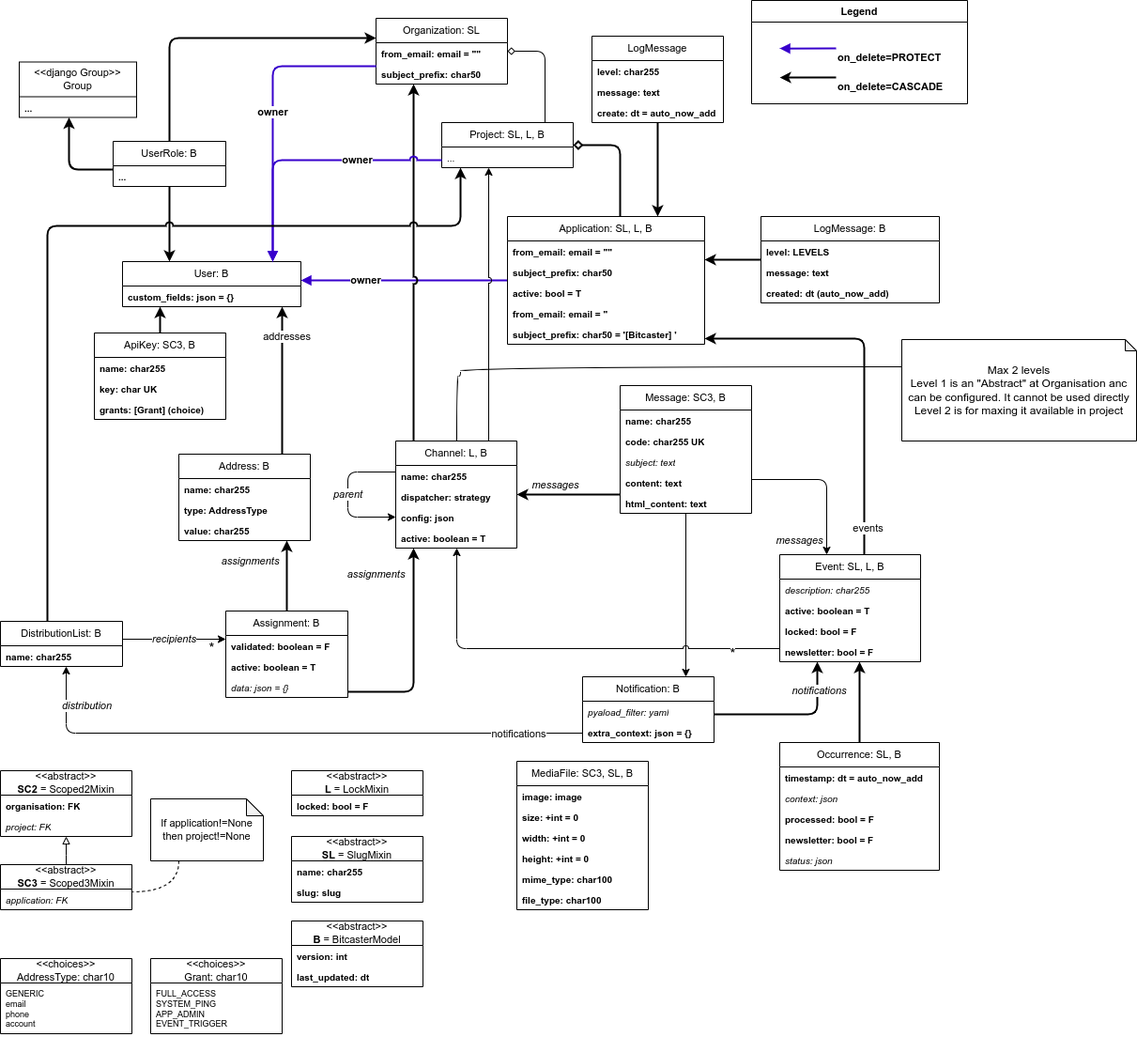
bitcaster-io/bitcaster keeps this draw.io diagram as docs/guidelines/development/BitcasterCD.drawio.png. Above is the earlier version. Source tidied: cells renumbered, new cells last; positions are measured from the earlier drawing's top-left corner, leaving out a move shared by most shapes.
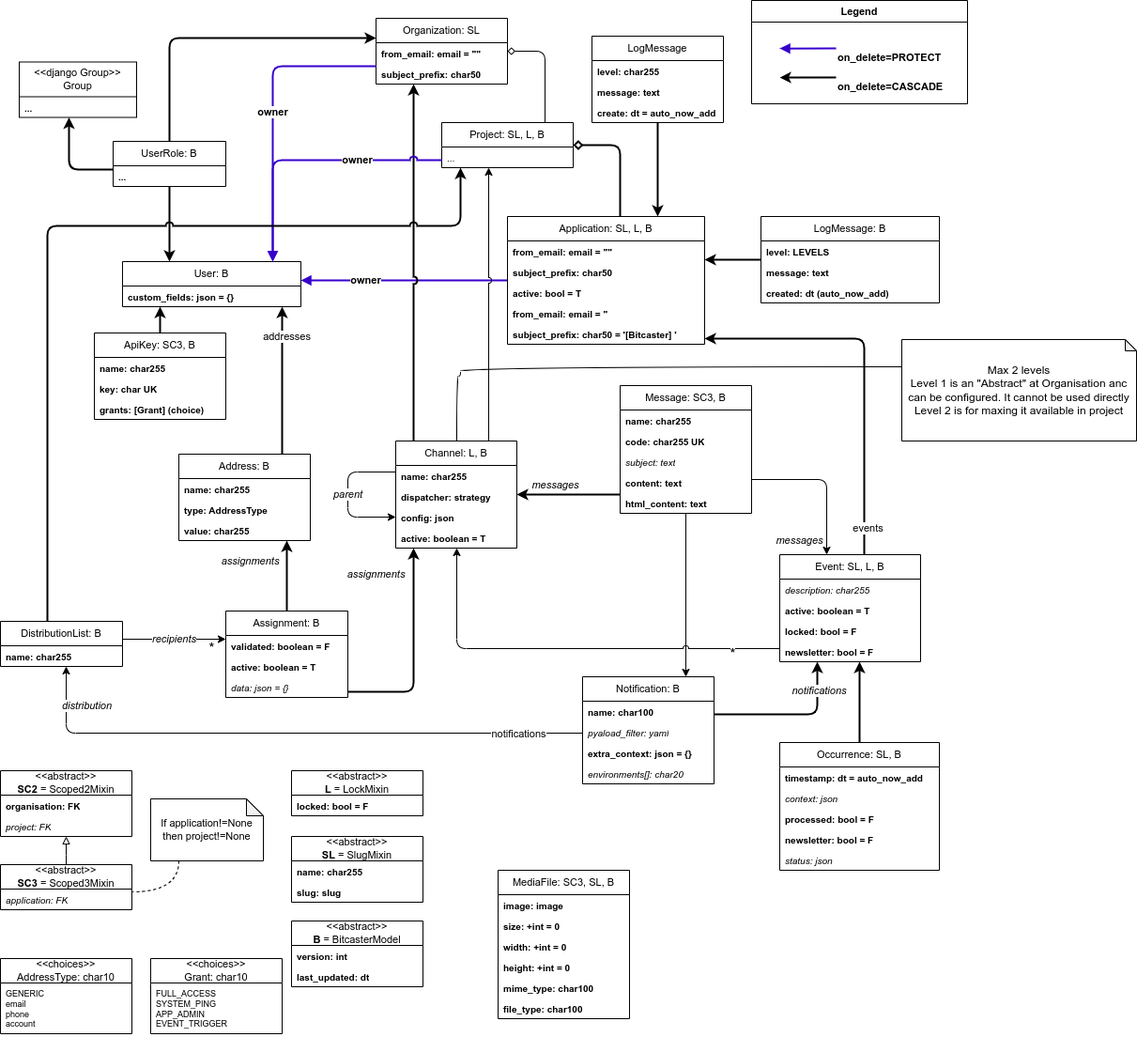
Above is the later version.

What changed in the source:
```diff
@@ -445,14 +445,20 @@
       <mxGeometry x="0.63" y="-1" relative="1" as="geometry" />
     </mxCell>
     <mxCell id="105" value="Notification: B" style="swimlane;fontStyle=0;horizontal=1;startSize=26;fillColor=none;whiteSpace=wrap;html=1;fontSize=11;" parent="1" vertex="1">
-      <mxGeometry x="620" y="720" width="140" height="70" as="geometry" />
+      <mxGeometry x="620" y="720" width="140" height="114" as="geometry" />
     </mxCell>
-    <mxCell id="106" value="pyaload_filter: yaml" style="text;strokeColor=none;fillColor=none;align=left;verticalAlign=top;spacingLeft=4;spacingRight=4;overflow=hidden;whiteSpace=wrap;html=1;fontSize=10;fontStyle=2;" parent="105" vertex="1">
+    <mxCell id="106" value="name: char100" style="text;strokeColor=none;fillColor=none;align=left;verticalAlign=top;spacingLeft=4;spacingRight=4;overflow=hidden;whiteSpace=wrap;html=1;fontSize=10;fontStyle=1;" parent="105" vertex="1">
       <mxGeometry y="26" width="140" height="22" as="geometry" />
     </mxCell>
+    <mxCell id="136" value="pyaload_filter: yaml" style="text;strokeColor=none;fillColor=none;align=left;verticalAlign=top;spacingLeft=4;spacingRight=4;overflow=hidden;whiteSpace=wrap;html=1;fontSize=10;fontStyle=2;" parent="105" vertex="1">
+      <mxGeometry y="48" width="140" height="22" as="geometry" />
+    </mxCell>
     <mxCell id="107" value="extra_context: json = {}" style="text;strokeColor=none;fillColor=none;align=left;verticalAlign=top;spacingLeft=4;spacingRight=4;overflow=hidden;whiteSpace=wrap;html=1;fontSize=10;fontStyle=1;" parent="105" vertex="1">
-      <mxGeometry y="48" width="140" height="22" as="geometry" />
+      <mxGeometry y="70" width="140" height="22" as="geometry" />
     </mxCell>
+    <mxCell id="137" value="environments[]: char20" style="text;strokeColor=none;fillColor=none;align=left;verticalAlign=top;spacingLeft=4;spacingRight=4;overflow=hidden;whiteSpace=wrap;html=1;fontSize=10;fontStyle=2;" parent="105" vertex="1">
+      <mxGeometry y="92" width="140" height="22" as="geometry" />
+    </mxCell>
     <mxCell id="108" value="&amp;lt;&amp;lt;abstract&amp;gt;&amp;gt;&lt;br&gt;&lt;b&gt;SL&lt;/b&gt; = SlugMixin" style="swimlane;fontStyle=0;horizontal=1;startSize=26;fillColor=none;whiteSpace=wrap;html=1;fontSize=11;" parent="1" vertex="1">
       <mxGeometry x="310" y="890" width="140" height="70" as="geometry" />
     </mxCell>
@@ -478,7 +484,7 @@
       <mxGeometry y="26" width="140" height="22" as="geometry" />
     </mxCell>
     <mxCell id="116" value="MediaFile: SC3, SL, B" style="swimlane;fontStyle=0;horizontal=1;startSize=26;fillColor=none;whiteSpace=wrap;html=1;fontSize=11;" parent="1" vertex="1">
-      <mxGeometry x="550" y="810" width="140" height="158" as="geometry" />
+      <mxGeometry x="530" y="926" width="140" height="158" as="geometry" />
     </mxCell>
     <mxCell id="117" value="image: image" style="text;strokeColor=none;fillColor=none;align=left;verticalAlign=top;spacingLeft=4;spacingRight=4;overflow=hidden;whiteSpace=wrap;html=1;fontSize=10;fontStyle=1;" parent="116" vertex="1">
       <mxGeometry y="26" width="140" height="22" as="geometry" />
```
